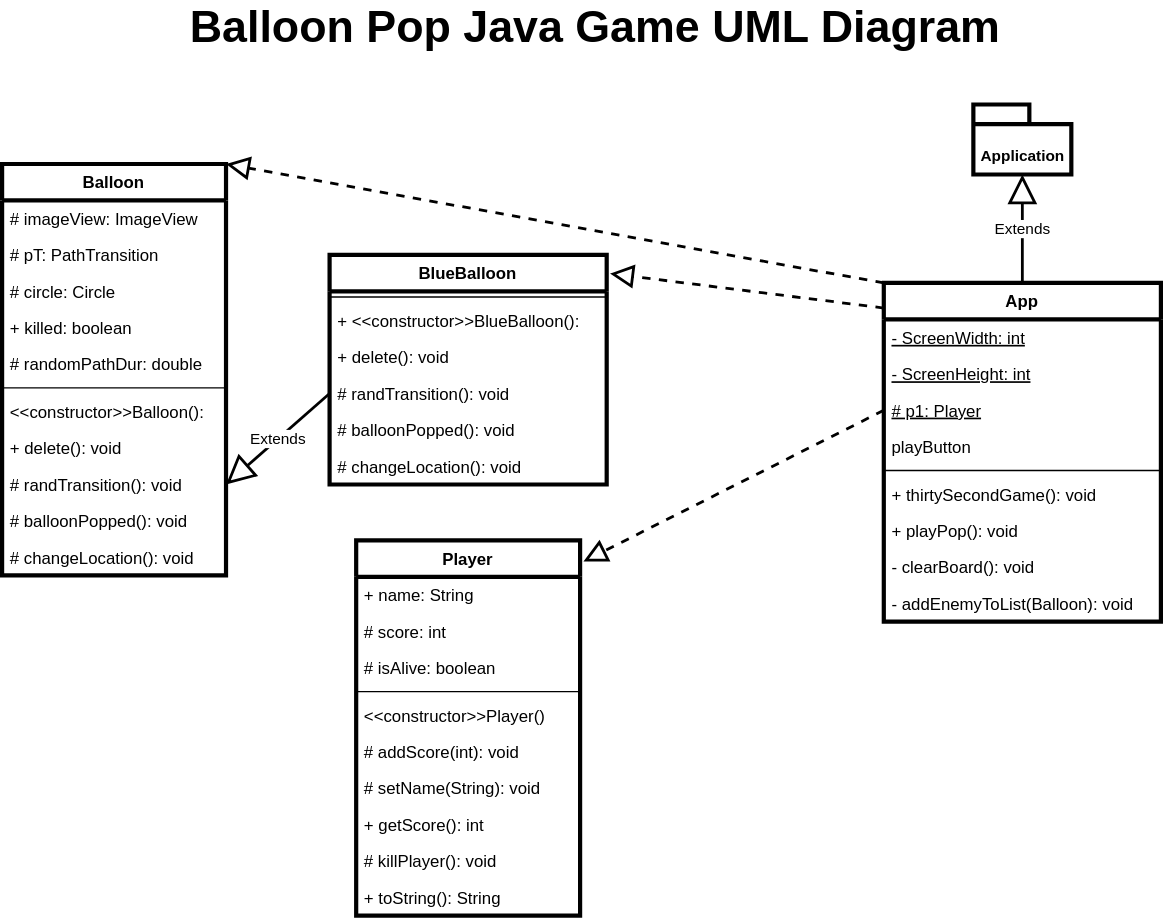
TheRyanMajd/balloon-pop-java-game keeps this draw.io diagram as balloon-pop/target/classes/umlDiagram.drawio.svg. Above is the earlier version. Source tidied: cells renumbered, new cells last; positions are measured from the earlier drawing's top-left corner, leaving out a move shared by most shapes. Its diagram source:
```xml
<mxGraphModel>
  <root>
    <mxCell id="0" />
    <mxCell id="1" parent="0" />
    <mxCell id="2" value="Balloon" style="swimlane;fontStyle=1;align=center;verticalAlign=top;horizontal=1;startSize=26;strokeWidth=3;" parent="1" vertex="1">
      <mxGeometry y="114.5" width="160" height="294" as="geometry" />
    </mxCell>
    <mxCell id="3" value="# imageView: ImageView" style="text;strokeColor=none;fillColor=none;align=left;verticalAlign=top;spacingLeft=4;spacingRight=4;overflow=hidden;strokeWidth=3;" parent="2" vertex="1">
      <mxGeometry y="26" width="160" height="26" as="geometry" />
    </mxCell>
    <mxCell id="4" value="# pT: PathTransition" style="text;strokeColor=none;fillColor=none;align=left;verticalAlign=top;spacingLeft=4;spacingRight=4;overflow=hidden;strokeWidth=3;" parent="2" vertex="1">
      <mxGeometry y="52" width="160" height="26" as="geometry" />
    </mxCell>
    <mxCell id="5" value="# circle: Circle" style="text;strokeColor=none;fillColor=none;align=left;verticalAlign=top;spacingLeft=4;spacingRight=4;overflow=hidden;strokeWidth=3;" parent="2" vertex="1">
      <mxGeometry y="78" width="160" height="26" as="geometry" />
    </mxCell>
    <mxCell id="6" value="+ killed: boolean" style="text;strokeColor=none;fillColor=none;align=left;verticalAlign=top;spacingLeft=4;spacingRight=4;overflow=hidden;strokeWidth=3;" parent="2" vertex="1">
      <mxGeometry y="104" width="160" height="26" as="geometry" />
    </mxCell>
    <mxCell id="7" value="# randomPathDur: double" style="text;strokeColor=none;fillColor=none;align=left;verticalAlign=top;spacingLeft=4;spacingRight=4;overflow=hidden;strokeWidth=3;" parent="2" vertex="1">
      <mxGeometry y="130" width="160" height="26" as="geometry" />
    </mxCell>
    <mxCell id="8" style="line;strokeWidth=1;fillColor=none;align=left;verticalAlign=middle;spacingTop=-1;spacingLeft=3;spacingRight=3;labelPosition=right;strokeColor=inherit;" parent="2" vertex="1">
      <mxGeometry y="156" width="160" height="8" as="geometry" />
    </mxCell>
    <mxCell id="9" value="&lt;&lt;constructor&gt;&gt;Balloon():" style="text;strokeColor=none;fillColor=none;align=left;verticalAlign=top;spacingLeft=4;spacingRight=4;overflow=hidden;strokeWidth=3;" parent="2" vertex="1">
      <mxGeometry y="164" width="160" height="26" as="geometry" />
    </mxCell>
    <mxCell id="10" value="+ delete(): void" style="text;strokeColor=none;fillColor=none;align=left;verticalAlign=top;spacingLeft=4;spacingRight=4;overflow=hidden;strokeWidth=3;" parent="2" vertex="1">
      <mxGeometry y="190" width="160" height="26" as="geometry" />
    </mxCell>
    <mxCell id="11" value="# randTransition(): void" style="text;strokeColor=none;fillColor=none;align=left;verticalAlign=top;spacingLeft=4;spacingRight=4;overflow=hidden;points=[[0,0.5],[1,0.5]];portConstraint=eastwest;strokeWidth=3;" parent="2" vertex="1">
      <mxGeometry y="216" width="160" height="26" as="geometry" />
    </mxCell>
    <mxCell id="12" value="# balloonPopped(): void" style="text;strokeColor=none;fillColor=none;align=left;verticalAlign=top;spacingLeft=4;spacingRight=4;overflow=hidden;strokeWidth=3;" parent="2" vertex="1">
      <mxGeometry y="242" width="160" height="26" as="geometry" />
    </mxCell>
    <mxCell id="13" value="# changeLocation(): void" style="text;strokeColor=none;fillColor=none;align=left;verticalAlign=top;spacingLeft=4;spacingRight=4;overflow=hidden;strokeWidth=3;" parent="2" vertex="1">
      <mxGeometry y="268" width="160" height="26" as="geometry" />
    </mxCell>
    <mxCell id="14" value="Extends" style="endArrow=block;endSize=16;endFill=0;html=1;exitX=0;exitY=0.5;exitDx=0;exitDy=0;entryX=1;entryY=0.5;entryDx=0;entryDy=0;strokeWidth=2;" parent="1" edge="1" source="19" target="11">
      <mxGeometry relative="1" as="geometry" />
    </mxCell>
    <mxCell id="15" value="BlueBalloon" style="swimlane;fontStyle=1;align=center;verticalAlign=top;horizontal=1;startSize=26;strokeWidth=3;" parent="1" vertex="1">
      <mxGeometry x="234" y="179.5" width="198" height="164" as="geometry" />
    </mxCell>
    <mxCell id="16" style="line;strokeWidth=1;fillColor=none;align=left;verticalAlign=middle;spacingTop=-1;spacingLeft=3;spacingRight=3;labelPosition=right;strokeColor=inherit;" parent="15" vertex="1">
      <mxGeometry y="26" width="198" height="8" as="geometry" />
    </mxCell>
    <mxCell id="17" value="+ &lt;&lt;constructor&gt;&gt;BlueBalloon():" style="text;strokeColor=none;fillColor=none;align=left;verticalAlign=top;spacingLeft=4;spacingRight=4;overflow=hidden;strokeWidth=3;" parent="15" vertex="1">
      <mxGeometry y="34" width="198" height="26" as="geometry" />
    </mxCell>
    <mxCell id="18" value="+ delete(): void" style="text;strokeColor=none;fillColor=none;align=left;verticalAlign=top;spacingLeft=4;spacingRight=4;overflow=hidden;strokeWidth=3;" parent="15" vertex="1">
      <mxGeometry y="60" width="198" height="26" as="geometry" />
    </mxCell>
    <mxCell id="19" value="# randTransition(): void" style="text;strokeColor=none;fillColor=none;align=left;verticalAlign=top;spacingLeft=4;spacingRight=4;overflow=hidden;points=[[0,0.5],[1,0.5]];portConstraint=eastwest;strokeWidth=3;" parent="15" vertex="1">
      <mxGeometry y="86" width="198" height="26" as="geometry" />
    </mxCell>
    <mxCell id="20" value="# balloonPopped(): void" style="text;strokeColor=none;fillColor=none;align=left;verticalAlign=top;spacingLeft=4;spacingRight=4;overflow=hidden;strokeWidth=3;" parent="15" vertex="1">
      <mxGeometry y="112" width="198" height="26" as="geometry" />
    </mxCell>
    <mxCell id="21" value="# changeLocation(): void" style="text;strokeColor=none;fillColor=none;align=left;verticalAlign=top;spacingLeft=4;spacingRight=4;overflow=hidden;strokeWidth=3;" parent="15" vertex="1">
      <mxGeometry y="138" width="198" height="26" as="geometry" />
    </mxCell>
    <mxCell id="22" value="App" style="swimlane;fontStyle=1;align=center;verticalAlign=top;horizontal=1;startSize=26;strokeWidth=3;" parent="1" vertex="1">
      <mxGeometry x="630" y="199.5" width="198" height="242" as="geometry" />
    </mxCell>
    <mxCell id="23" value="- ScreenWidth: int" style="text;strokeColor=none;fillColor=none;align=left;verticalAlign=top;spacingLeft=4;spacingRight=4;overflow=hidden;strokeWidth=3;fontStyle=4;" parent="22" vertex="1">
      <mxGeometry y="26" width="198" height="26" as="geometry" />
    </mxCell>
    <mxCell id="24" value="- ScreenHeight: int" style="text;strokeColor=none;fillColor=none;align=left;verticalAlign=top;spacingLeft=4;spacingRight=4;overflow=hidden;strokeWidth=3;fontStyle=4;" parent="22" vertex="1">
      <mxGeometry y="52" width="198" height="26" as="geometry" />
    </mxCell>
    <mxCell id="25" value="# p1: Player" style="text;strokeColor=none;fillColor=none;align=left;verticalAlign=top;spacingLeft=4;spacingRight=4;overflow=hidden;points=[[0,0.5],[1,0.5]];portConstraint=eastwest;strokeWidth=3;fontStyle=4;" parent="22" vertex="1">
      <mxGeometry y="78" width="198" height="26" as="geometry" />
    </mxCell>
    <mxCell id="26" value="playButton" style="text;strokeColor=none;fillColor=none;align=left;verticalAlign=top;spacingLeft=4;spacingRight=4;overflow=hidden;strokeWidth=3;fontStyle=0;" parent="22" vertex="1">
      <mxGeometry y="104" width="198" height="26" as="geometry" />
    </mxCell>
    <mxCell id="27" style="line;strokeWidth=1;fillColor=none;align=left;verticalAlign=middle;spacingTop=-1;spacingLeft=3;spacingRight=3;labelPosition=right;strokeColor=inherit;" parent="22" vertex="1">
      <mxGeometry y="130" width="198" height="8" as="geometry" />
    </mxCell>
    <mxCell id="28" value="+ thirtySecondGame(): void" style="text;strokeColor=none;fillColor=none;align=left;verticalAlign=top;spacingLeft=4;spacingRight=4;overflow=hidden;strokeWidth=3;" parent="22" vertex="1">
      <mxGeometry y="138" width="198" height="26" as="geometry" />
    </mxCell>
    <mxCell id="29" value="+ playPop(): void" style="text;strokeColor=none;fillColor=none;align=left;verticalAlign=top;spacingLeft=4;spacingRight=4;overflow=hidden;strokeWidth=3;" parent="22" vertex="1">
      <mxGeometry y="164" width="198" height="26" as="geometry" />
    </mxCell>
    <mxCell id="30" value="- clearBoard(): void" style="text;strokeColor=none;fillColor=none;align=left;verticalAlign=top;spacingLeft=4;spacingRight=4;overflow=hidden;strokeWidth=3;" parent="22" vertex="1">
      <mxGeometry y="190" width="198" height="26" as="geometry" />
    </mxCell>
    <mxCell id="31" value="- addEnemyToList(Balloon): void" style="text;strokeColor=none;fillColor=none;align=left;verticalAlign=top;spacingLeft=4;spacingRight=4;overflow=hidden;strokeWidth=3;" parent="22" vertex="1">
      <mxGeometry y="216" width="198" height="26" as="geometry" />
    </mxCell>
    <mxCell id="32" value="Player" style="swimlane;fontStyle=1;align=center;verticalAlign=top;horizontal=1;startSize=26;strokeWidth=3;" parent="1" vertex="1">
      <mxGeometry x="253" y="383.5" width="160" height="268" as="geometry" />
    </mxCell>
    <mxCell id="33" value="+ name: String" style="text;strokeColor=none;fillColor=none;align=left;verticalAlign=top;spacingLeft=4;spacingRight=4;overflow=hidden;strokeWidth=3;" parent="32" vertex="1">
      <mxGeometry y="26" width="160" height="26" as="geometry" />
    </mxCell>
    <mxCell id="34" value="# score: int" style="text;strokeColor=none;fillColor=none;align=left;verticalAlign=top;spacingLeft=4;spacingRight=4;overflow=hidden;strokeWidth=3;" parent="32" vertex="1">
      <mxGeometry y="52" width="160" height="26" as="geometry" />
    </mxCell>
    <mxCell id="35" value="# isAlive: boolean" style="text;strokeColor=none;fillColor=none;align=left;verticalAlign=top;spacingLeft=4;spacingRight=4;overflow=hidden;strokeWidth=3;" parent="32" vertex="1">
      <mxGeometry y="78" width="160" height="26" as="geometry" />
    </mxCell>
    <mxCell id="36" style="line;strokeWidth=1;fillColor=none;align=left;verticalAlign=middle;spacingTop=-1;spacingLeft=3;spacingRight=3;labelPosition=right;strokeColor=inherit;" parent="32" vertex="1">
      <mxGeometry y="104" width="160" height="8" as="geometry" />
    </mxCell>
    <mxCell id="37" value="&lt;&lt;constructor&gt;&gt;Player()" style="text;strokeColor=none;fillColor=none;align=left;verticalAlign=top;spacingLeft=4;spacingRight=4;overflow=hidden;strokeWidth=3;" parent="32" vertex="1">
      <mxGeometry y="112" width="160" height="26" as="geometry" />
    </mxCell>
    <mxCell id="38" value="# addScore(int): void" style="text;strokeColor=none;fillColor=none;align=left;verticalAlign=top;spacingLeft=4;spacingRight=4;overflow=hidden;strokeWidth=3;" parent="32" vertex="1">
      <mxGeometry y="138" width="160" height="26" as="geometry" />
    </mxCell>
    <mxCell id="39" value="# setName(String): void" style="text;strokeColor=none;fillColor=none;align=left;verticalAlign=top;spacingLeft=4;spacingRight=4;overflow=hidden;strokeWidth=3;" parent="32" vertex="1">
      <mxGeometry y="164" width="160" height="26" as="geometry" />
    </mxCell>
    <mxCell id="40" value="+ getScore(): int" style="text;strokeColor=none;fillColor=none;align=left;verticalAlign=top;spacingLeft=4;spacingRight=4;overflow=hidden;strokeWidth=3;" parent="32" vertex="1">
      <mxGeometry y="190" width="160" height="26" as="geometry" />
    </mxCell>
    <mxCell id="41" value="# killPlayer(): void" style="text;strokeColor=none;fillColor=none;align=left;verticalAlign=top;spacingLeft=4;spacingRight=4;overflow=hidden;strokeWidth=3;" parent="32" vertex="1">
      <mxGeometry y="216" width="160" height="26" as="geometry" />
    </mxCell>
    <mxCell id="42" value="+ toString(): String" style="text;strokeColor=none;fillColor=none;align=left;verticalAlign=top;spacingLeft=4;spacingRight=4;overflow=hidden;strokeWidth=3;" parent="32" vertex="1">
      <mxGeometry y="242" width="160" height="26" as="geometry" />
    </mxCell>
    <mxCell id="43" value="Balloon Pop Java Game UML Diagram" style="text;align=center;fontStyle=1;verticalAlign=middle;spacingLeft=3;spacingRight=3;strokeColor=none;strokeWidth=3;fontSize=32;" parent="1" vertex="1">
      <mxGeometry x="384" width="80" height="26" as="geometry" />
    </mxCell>
    <mxCell id="44" value="&lt;font style=&quot;font-size: 11px;&quot;&gt;Application&lt;/font&gt;" style="shape=folder;fontStyle=1;spacingTop=10;tabWidth=40;tabHeight=14;tabPosition=left;html=1;strokeWidth=3;fontSize=32;align=center;" parent="1" vertex="1">
      <mxGeometry x="694" y="72" width="70" height="50" as="geometry" />
    </mxCell>
    <mxCell id="45" value="Extends" style="endArrow=block;endSize=16;endFill=0;html=1;fontSize=11;exitX=0.5;exitY=0;exitDx=0;exitDy=0;entryX=0.5;entryY=1;entryDx=0;entryDy=0;entryPerimeter=0;strokeWidth=2;" parent="1" edge="1" source="22" target="44">
      <mxGeometry relative="1" as="geometry" />
    </mxCell>
    <mxCell id="46" style="endArrow=block;dashed=1;endFill=0;endSize=12;html=1;fontSize=11;exitX=0;exitY=0.5;exitDx=0;exitDy=0;entryX=1.015;entryY=0.056;entryDx=0;entryDy=0;entryPerimeter=0;strokeWidth=2;" parent="1" edge="1" source="25" target="32">
      <mxGeometry relative="1" as="geometry" />
    </mxCell>
    <mxCell id="47" style="endArrow=block;dashed=1;endFill=0;endSize=12;html=1;fontSize=11;exitX=0;exitY=0;exitDx=0;exitDy=0;entryX=1;entryY=0;entryDx=0;entryDy=0;strokeWidth=2;" parent="1" edge="1" source="22" target="2">
      <mxGeometry relative="1" as="geometry" />
    </mxCell>
    <mxCell id="48" style="endArrow=block;dashed=1;endFill=0;endSize=12;html=1;fontSize=11;exitX=0;exitY=0.074;exitDx=0;exitDy=0;entryX=1.012;entryY=0.081;entryDx=0;entryDy=0;strokeWidth=2;exitPerimeter=0;entryPerimeter=0;" parent="1" edge="1" source="22" target="15">
      <mxGeometry relative="1" as="geometry" />
    </mxCell>
  </root>
</mxGraphModel>
```
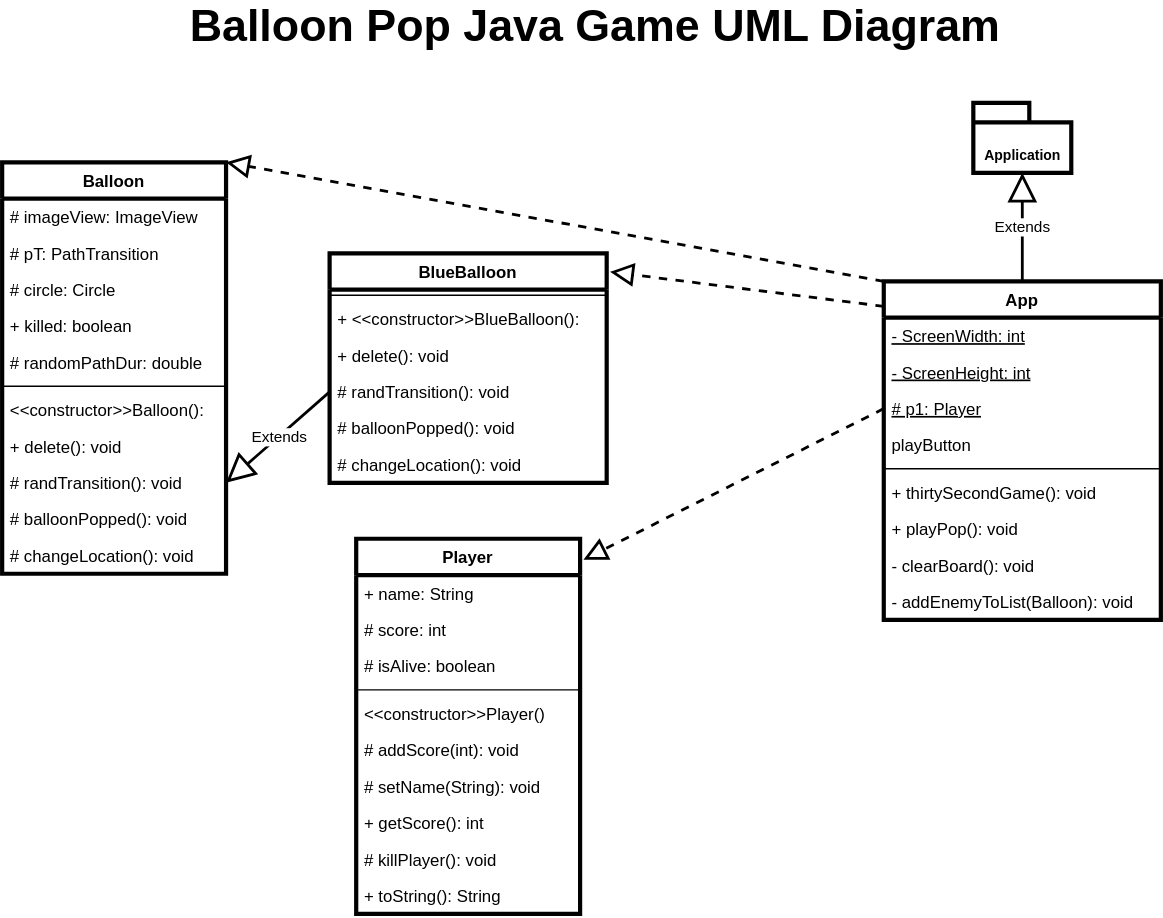
The same diagram one commit later.

Commit message:
UML Diagram

Diff of the diagram source:
```diff
@@ -128,7 +128,7 @@
     <mxCell id="43" value="Balloon Pop Java Game UML Diagram" style="text;align=center;fontStyle=1;verticalAlign=middle;spacingLeft=3;spacingRight=3;strokeColor=none;strokeWidth=3;fontSize=32;" parent="1" vertex="1">
       <mxGeometry x="384" width="80" height="26" as="geometry" />
     </mxCell>
-    <mxCell id="44" value="&lt;font style=&quot;font-size: 11px;&quot;&gt;Application&lt;/font&gt;" style="shape=folder;fontStyle=1;spacingTop=10;tabWidth=40;tabHeight=14;tabPosition=left;html=1;strokeWidth=3;fontSize=32;align=center;" parent="1" vertex="1">
+    <mxCell id="44" value="&lt;font style=&quot;font-size: 10px;&quot;&gt;Application&lt;/font&gt;" style="shape=folder;fontStyle=1;spacingTop=10;tabWidth=40;tabHeight=14;tabPosition=left;html=1;strokeWidth=3;fontSize=32;align=center;" parent="1" vertex="1">
       <mxGeometry x="694" y="72" width="70" height="50" as="geometry" />
     </mxCell>
     <mxCell id="45" value="Extends" style="endArrow=block;endSize=16;endFill=0;html=1;fontSize=11;exitX=0.5;exitY=0;exitDx=0;exitDy=0;entryX=0.5;entryY=1;entryDx=0;entryDy=0;entryPerimeter=0;strokeWidth=2;" parent="1" edge="1" source="22" target="44">
```
